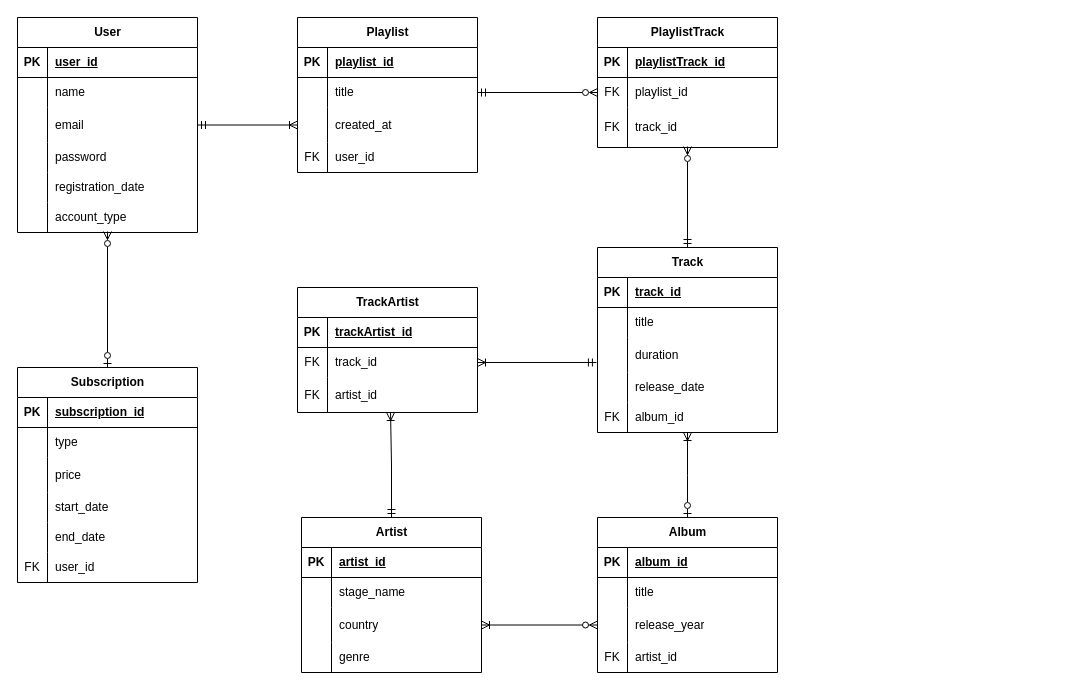
Earlier version of the draw.io diagram lab_1/Crow’s Foot ERD.drawio (yusik100/labs-mavps). Source tidied: cells renumbered, new cells numbered last; positions are measured from the earlier drawing's top-left corner, leaving out a move shared by most shapes. Both pictures are drawn from the tidied source at 100%, with x=0, y=0 at pixel (17, 17).
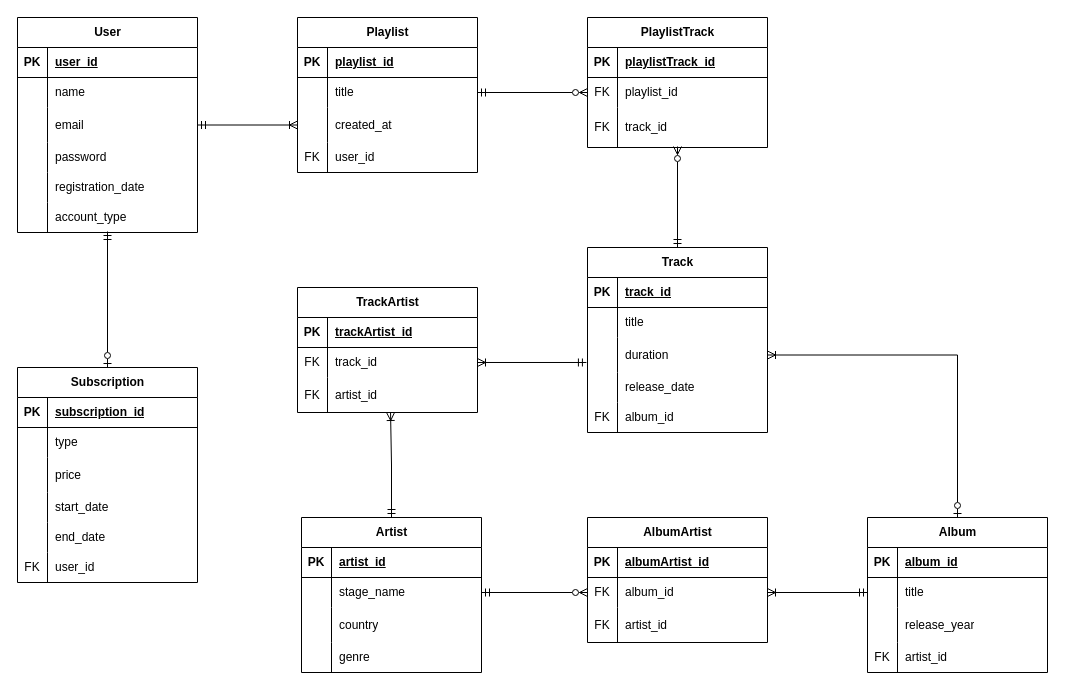
The same diagram, later.

Commit message:
changed crow's foot erd

The change refers to these unchanged cells:
```xml
<mxCell id="18" style="shape=tableRow;horizontal=0;startSize=0;swimlaneHead=0;swimlaneBody=0;fillColor=none;points=[[0,0.5],[1,0.5]];portConstraint=eastwest;top=0;left=0;right=0;bottom=0;" parent="2" vertex="1">
  <mxGeometry y="185" width="180" height="30" as="geometry" />
</mxCell>
<mxCell id="41" style="shape=tableRow;horizontal=0;startSize=0;swimlaneHead=0;swimlaneBody=0;fillColor=none;points=[[0,0.5],[1,0.5]];portConstraint=eastwest;top=0;left=0;right=0;bottom=0;" parent="34" vertex="1">
  <mxGeometry y="90" width="180" height="35" as="geometry" />
</mxCell>
<mxCell id="55" style="shape=tableRow;horizontal=0;startSize=0;swimlaneHead=0;swimlaneBody=0;fillColor=none;points=[[0,0.5],[1,0.5]];portConstraint=eastwest;top=0;left=0;right=0;bottom=0;" parent="51" vertex="1">
  <mxGeometry y="60" width="180" height="30" as="geometry" />
</mxCell>
<mxCell id="58" style="shape=tableRow;horizontal=0;startSize=0;swimlaneHead=0;swimlaneBody=0;fillColor=none;points=[[0,0.5],[1,0.5]];portConstraint=eastwest;top=0;left=0;right=0;bottom=0;" parent="51" vertex="1">
  <mxGeometry y="90" width="180" height="35" as="geometry" />
</mxCell>
<mxCell id="69" style="shape=tableRow;horizontal=0;startSize=0;swimlaneHead=0;swimlaneBody=0;fillColor=none;points=[[0,0.5],[1,0.5]];portConstraint=eastwest;top=0;left=0;right=0;bottom=0;" parent="65" vertex="1">
  <mxGeometry y="60" width="180" height="30" as="geometry" />
</mxCell>
<mxCell id="72" style="shape=tableRow;horizontal=0;startSize=0;swimlaneHead=0;swimlaneBody=0;fillColor=none;points=[[0,0.5],[1,0.5]];portConstraint=eastwest;top=0;left=0;right=0;bottom=0;" parent="65" vertex="1">
  <mxGeometry y="90" width="180" height="35" as="geometry" />
</mxCell>
<mxCell id="78" value="Subscription" style="shape=table;startSize=30;childLayout=tableLayout;rowLines=0;fontStyle=1;align=center;html=1;" parent="1" vertex="1">
  <mxGeometry y="350" width="180" height="215" as="geometry" />
</mxCell>
```

Diff of the diagram source:
```diff
@@
     <mxCell id="34" value="Track" style="shape=table;startSize=30;childLayout=tableLayout;rowLines=0;fontStyle=1;align=center;html=1;" parent="1" vertex="1">
-      <mxGeometry x="580" y="230" width="180" height="185" as="geometry" />
+      <mxGeometry x="570" y="230" width="180" height="185" as="geometry" />
     </mxCell>
@@
-    <mxCell id="64" style="edgeStyle=orthogonalEdgeStyle;rounded=0;jettySize=auto;html=1;endArrow=ERoneToMany;endFill=0;startArrow=ERzeroToOne;startFill=0;exitX=0.5;exitY=0;exitDx=0;exitDy=0;" parent="1" edge="1" source="65">
-      <mxGeometry relative="1" as="geometry">
-        <mxPoint x="670" y="415" as="targetPoint" />
-      </mxGeometry>
+    <mxCell id="64" style="edgeStyle=orthogonalEdgeStyle;rounded=0;jettySize=auto;html=1;endArrow=ERoneToMany;endFill=0;startArrow=ERzeroToOne;startFill=0;exitX=0.5;exitY=0;exitDx=0;exitDy=0;entryX=1;entryY=0.5;entryDx=0;entryDy=0;" parent="1" edge="1" source="65" target="41">
+      <mxGeometry relative="1" as="geometry" />
     </mxCell>
     <mxCell id="65" value="Album" style="shape=table;startSize=30;childLayout=tableLayout;rowLines=0;fontStyle=1;align=center;html=1;" parent="1" vertex="1">
-      <mxGeometry x="580" y="500" width="180" height="155" as="geometry" />
+      <mxGeometry x="850" y="500" width="180" height="155" as="geometry" />
     </mxCell>
@@
-    <mxCell id="98" style="edgeStyle=orthogonalEdgeStyle;rounded=0;jettySize=auto;html=1;entryX=0;entryY=0.5;entryDx=0;entryDy=0;endArrow=ERzeroToMany;endFill=0;startArrow=ERoneToMany;startFill=0;" parent="1" edge="1" source="58" target="72">
-      <mxGeometry relative="1" as="geometry" />
-    </mxCell>
-    <mxCell id="99" style="edgeStyle=orthogonalEdgeStyle;rounded=0;jettySize=auto;html=1;entryX=0.5;entryY=0;entryDx=0;entryDy=0;endArrow=ERzeroToOne;endFill=0;startArrow=ERzeroToMany;startFill=0;exitX=0.5;exitY=0.967;exitDx=0;exitDy=0;exitPerimeter=0;" parent="1" edge="1" source="18" target="78">
+    <mxCell id="99" style="edgeStyle=orthogonalEdgeStyle;rounded=0;jettySize=auto;html=1;entryX=0.5;entryY=0;entryDx=0;entryDy=0;endArrow=ERzeroToOne;endFill=0;startArrow=ERmandOne;startFill=0;exitX=0.5;exitY=0.967;exitDx=0;exitDy=0;exitPerimeter=0;" parent="1" edge="1" source="18" target="78">
       <mxGeometry relative="1" as="geometry" />
     </mxCell>
     <mxCell id="100" value="PlaylistTrack" style="shape=table;startSize=30;childLayout=tableLayout;rowLines=0;fontStyle=1;align=center;html=1;" parent="1" vertex="1">
-      <mxGeometry x="580" width="180" height="130" as="geometry" />
+      <mxGeometry x="570" width="180" height="130" as="geometry" />
     </mxCell>
@@
+    <mxCell id="123" value="AlbumArtist" style="shape=table;startSize=30;childLayout=tableLayout;rowLines=0;fontStyle=1;align=center;html=1;" parent="1" vertex="1">
+      <mxGeometry x="570" y="500" width="180" height="125" as="geometry" />
+    </mxCell>
+    <mxCell id="124" style="shape=tableRow;horizontal=0;startSize=0;swimlaneHead=0;swimlaneBody=0;fillColor=none;top=0;left=0;right=0;bottom=1;" parent="123" vertex="1">
+      <mxGeometry y="30" width="180" height="30" as="geometry" />
+    </mxCell>
+    <mxCell id="125" value="PK" style="shape=partialRectangle;fillColor=none;top=0;left=0;bottom=0;right=0;fontStyle=1;overflow=hidden;whiteSpace=wrap;html=1;" parent="124" vertex="1">
+      <mxGeometry width="30" height="30" as="geometry" />
+    </mxCell>
+    <mxCell id="126" value="albumArtist_id" style="shape=partialRectangle;fillColor=none;top=0;left=0;bottom=0;right=0;align=left;spacingLeft=6;fontStyle=5;overflow=hidden;whiteSpace=wrap;html=1;" parent="124" vertex="1">
+      <mxGeometry x="30" width="150" height="30" as="geometry" />
+    </mxCell>
+    <mxCell id="127" style="shape=tableRow;horizontal=0;startSize=0;swimlaneHead=0;swimlaneBody=0;fillColor=none;points=[[0,0.5],[1,0.5]];portConstraint=eastwest;top=0;left=0;right=0;bottom=0;" parent="123" vertex="1">
+      <mxGeometry y="60" width="180" height="30" as="geometry" />
+    </mxCell>
+    <mxCell id="128" value="FK" style="shape=partialRectangle;fillColor=none;top=0;left=0;bottom=0;right=0;overflow=hidden;whiteSpace=wrap;html=1;" parent="127" vertex="1">
+      <mxGeometry width="30" height="30" as="geometry" />
+    </mxCell>
+    <mxCell id="129" value="album_id" style="shape=partialRectangle;fillColor=none;top=0;left=0;bottom=0;right=0;align=left;spacingLeft=6;overflow=hidden;whiteSpace=wrap;html=1;" parent="127" vertex="1">
+      <mxGeometry x="30" width="150" height="30" as="geometry" />
+    </mxCell>
+    <mxCell id="130" style="shape=tableRow;horizontal=0;startSize=0;swimlaneHead=0;swimlaneBody=0;fillColor=none;top=0;left=0;right=0;bottom=0;" parent="123" vertex="1">
+      <mxGeometry y="90" width="180" height="35" as="geometry" />
+    </mxCell>
+    <mxCell id="131" value="FK" style="shape=partialRectangle;fillColor=none;top=0;left=0;bottom=0;right=0;overflow=hidden;whiteSpace=wrap;html=1;" parent="130" vertex="1">
+      <mxGeometry width="30" height="35" as="geometry" />
+    </mxCell>
+    <mxCell id="132" value="artist_id" style="shape=partialRectangle;fillColor=none;top=0;left=0;bottom=0;right=0;align=left;spacingLeft=6;overflow=hidden;whiteSpace=wrap;html=1;" parent="130" vertex="1">
+      <mxGeometry x="30" width="150" height="35" as="geometry" />
+    </mxCell>
+    <mxCell id="133" style="edgeStyle=orthogonalEdgeStyle;rounded=0;jettySize=auto;html=1;exitX=1;exitY=0.5;exitDx=0;exitDy=0;entryX=0;entryY=0.5;entryDx=0;entryDy=0;endArrow=ERzeroToMany;endFill=0;startArrow=ERmandOne;startFill=0;" parent="1" edge="1" source="55" target="127">
+      <mxGeometry relative="1" as="geometry" />
+    </mxCell>
+    <mxCell id="134" style="edgeStyle=orthogonalEdgeStyle;rounded=0;jettySize=auto;html=1;exitX=1;exitY=0.5;exitDx=0;exitDy=0;entryX=0;entryY=0.5;entryDx=0;entryDy=0;startArrow=ERoneToMany;startFill=0;endArrow=ERmandOne;endFill=0;" parent="1" edge="1" source="127" target="69">
+      <mxGeometry relative="1" as="geometry" />
+    </mxCell>
```
